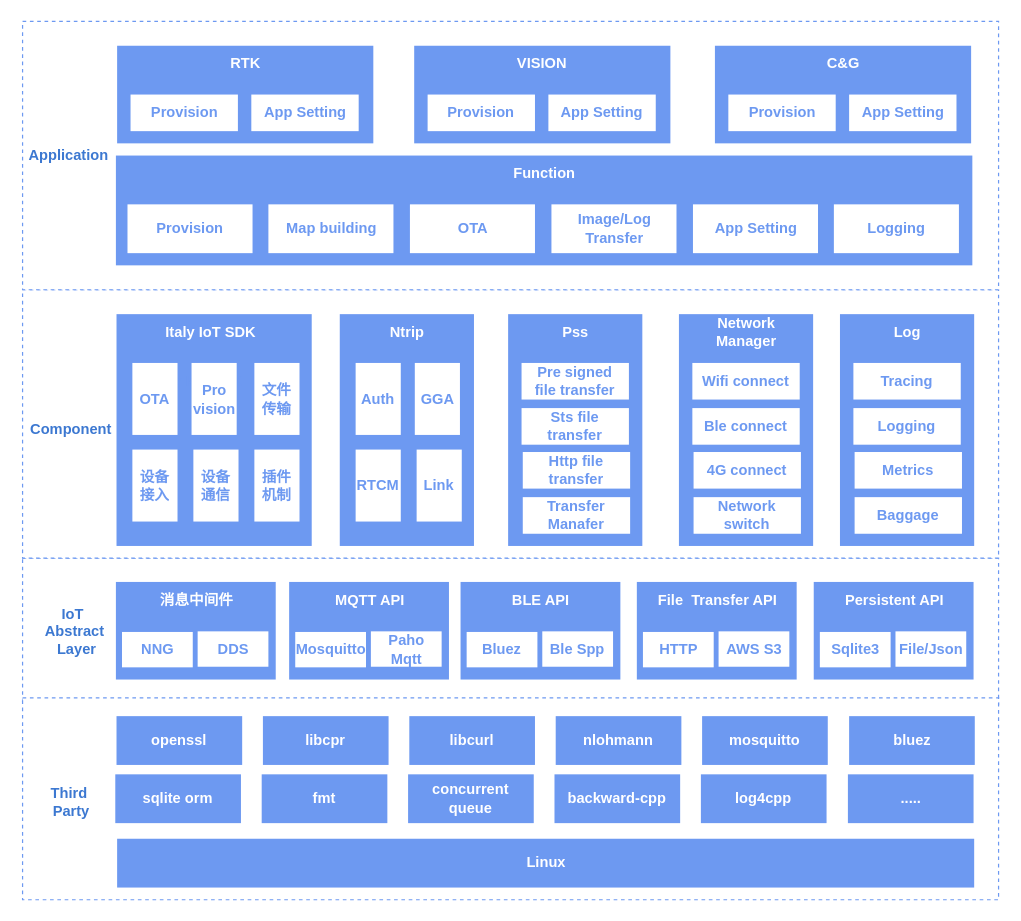
Before: IoT架构-系统架构图.drawio in xunzhaoxusanduo/1-drawio, a draw.io diagram. Source tidied: cells renumbered, new cells numbered last; positions are measured from the earlier drawing's top-left corner, leaving out a move shared by most shapes. Both pictures are drawn from the tidied source at 122%, with x=0, y=0 at pixel (20, 21).
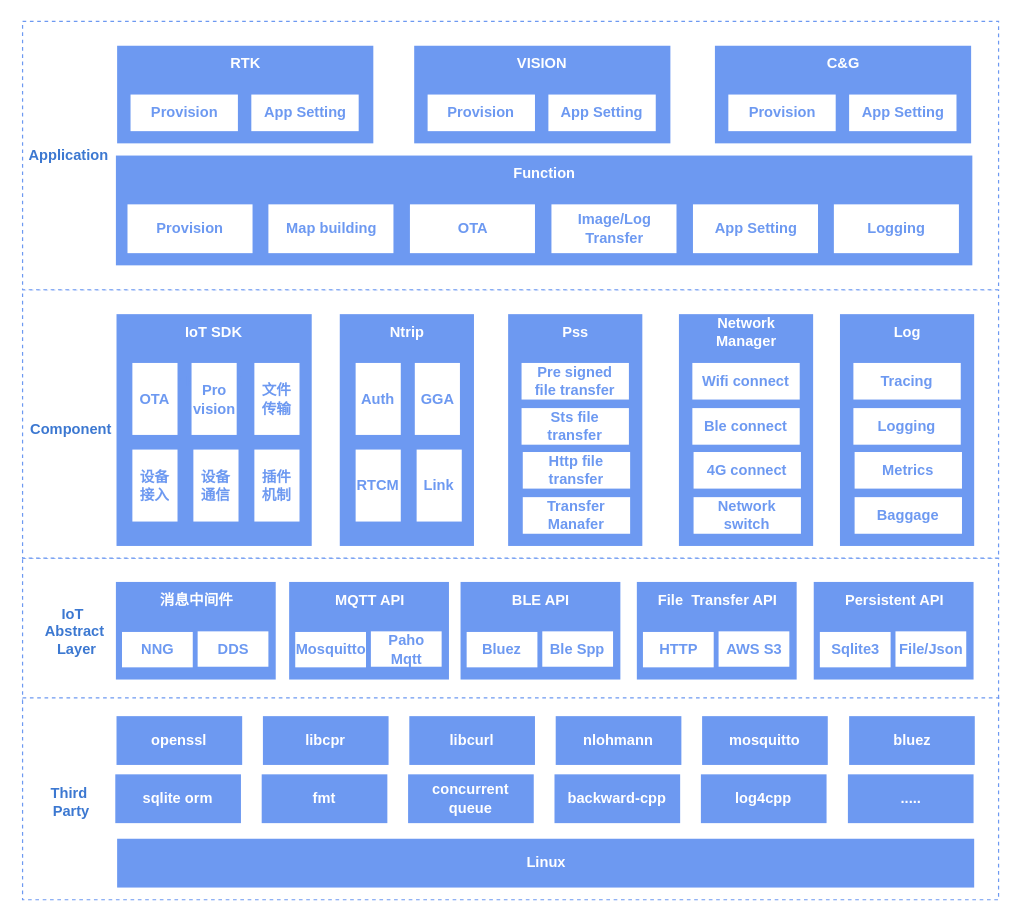
After the change.

Commit message:
更新IoT架构-系统架构图.drawio

The change refers to these unchanged cells:
```xml
<mxCell id="30" style="group;" parent="1" vertex="1">
  <mxGeometry x="79" y="240" width="160" height="190" as="geometry" />
</mxCell>
```

The edit, as a diff of the source:
```diff
@@
-    <mxCell id="34" value="Italy IoT SDK" style="text;html=1;strokeColor=none;fillColor=none;align=center;verticalAlign=middle;whiteSpace=wrap;rounded=0;fontColor=#FFFFFF;fontStyle=1;" parent="30" vertex="1">
-      <mxGeometry x="30" width="95" height="30" as="geometry" />
+    <mxCell id="34" value="IoT SDK" style="text;html=1;strokeColor=none;fillColor=none;align=center;verticalAlign=middle;whiteSpace=wrap;rounded=0;fontColor=#FFFFFF;fontStyle=1;" parent="30" vertex="1">
+      <mxGeometry width="160" height="30" as="geometry" />
     </mxCell>
```
